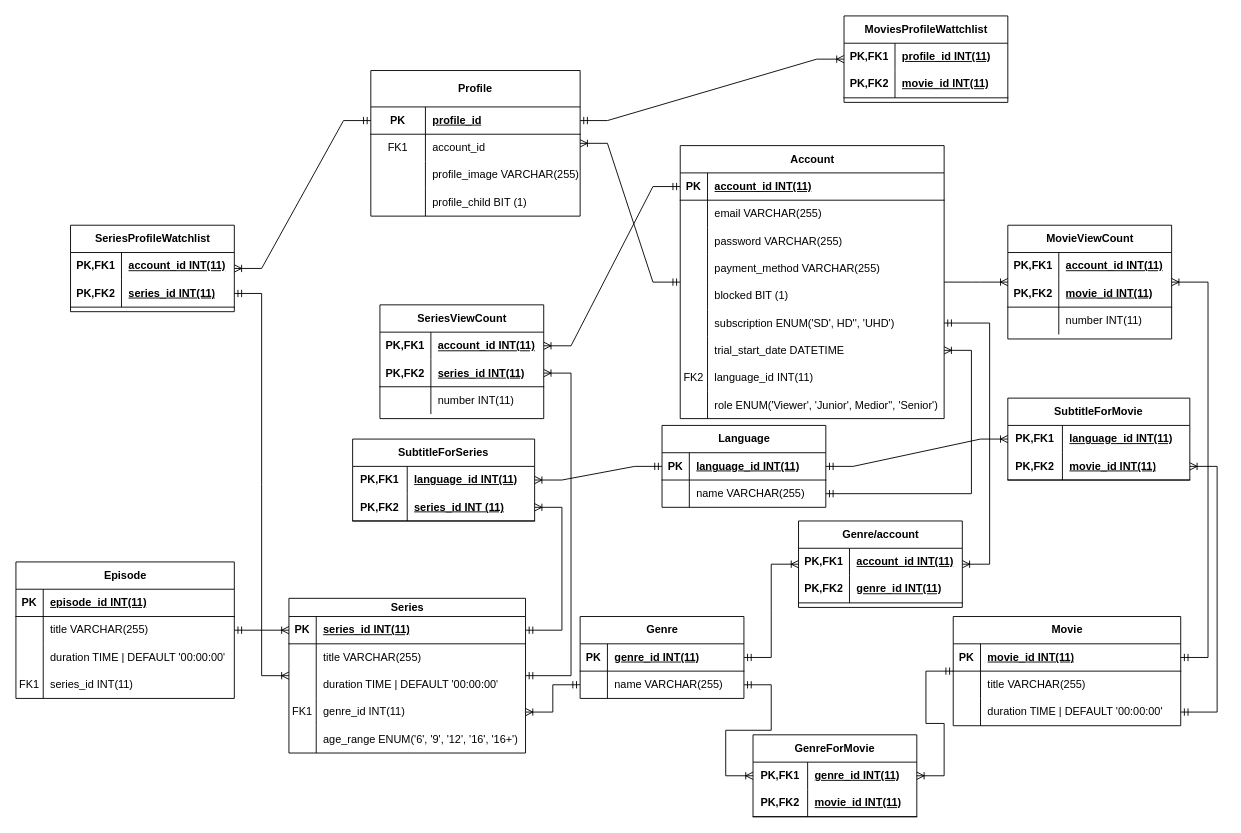
Earlier version of the draw.io diagram ERD.drawio (Bill0911/NeflixForBill). Source tidied: cells renumbered, new cells numbered last; positions are measured from the earlier drawing's top-left corner, leaving out a move shared by most shapes. Both pictures are drawn from the tidied source at 91%, with x=0, y=0 at pixel (15, 15).
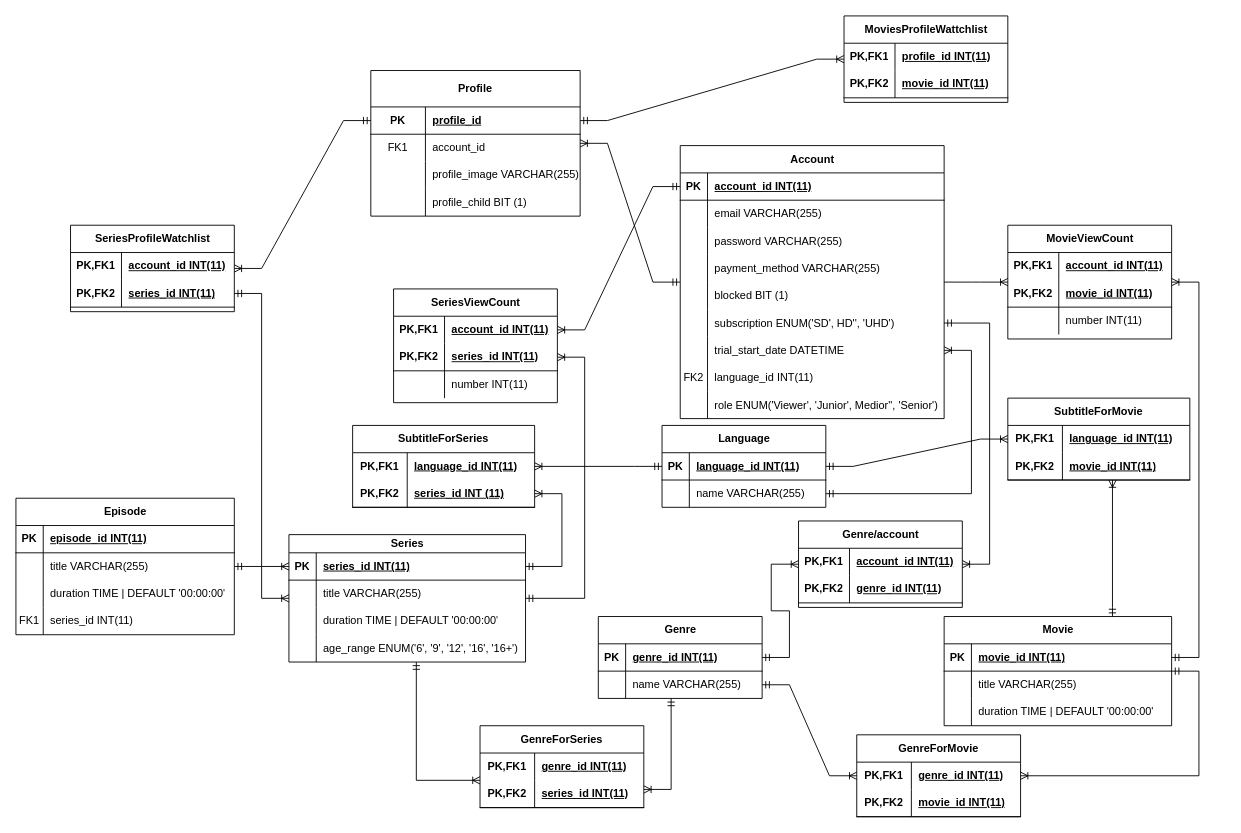
Above is the later version.

Unchanged cells that the change refers to:
```xml
<mxCell id="63" style="shape=tableRow;horizontal=0;startSize=0;swimlaneHead=0;swimlaneBody=0;fillColor=none;points=[[0,0.5],[1,0.5]];portConstraint=eastwest;top=0;left=0;right=0;bottom=0;" parent="56" vertex="1">
  <mxGeometry y="90" width="250" height="30" as="geometry" />
</mxCell>
<mxCell id="74" style="shape=tableRow;horizontal=0;startSize=0;swimlaneHead=0;swimlaneBody=0;fillColor=none;points=[[0,0.5],[1,0.5]];portConstraint=eastwest;top=0;left=0;right=0;bottom=0;" parent="70" vertex="1">
  <mxGeometry y="60" width="180" height="30" as="geometry" />
</mxCell>
<mxCell id="153" value="SubtitleForMovie" style="shape=table;startSize=30;childLayout=tableLayout;rowLines=0;fontStyle=1;align=center;html=1;whiteSpace=wrap;" parent="1" vertex="1">
  <mxGeometry x="1090" y="420" width="200" height="90" as="geometry" />
</mxCell>
<mxCell id="157" style="shape=tableRow;horizontal=0;startSize=0;swimlaneHead=0;swimlaneBody=0;fillColor=none;points=[[0,0.5],[1,0.5]];portConstraint=eastwest;top=0;left=0;right=0;bottom=1;html=1;" parent="153" vertex="1">
  <mxGeometry y="60" width="200" height="30" as="geometry" />
</mxCell>
```

Diff of the diagram source:
```diff
@@
     <mxCell id="43" value="Episode" style="shape=table;startSize=30;childLayout=tableLayout;rowLines=0;fontStyle=1;align=center;html=1;" parent="1" vertex="1">
-      <mxGeometry y="600" width="240" height="150" as="geometry" />
+      <mxGeometry y="530" width="240" height="150" as="geometry" />
     </mxCell>
@@
     <mxCell id="56" value="Movie" style="shape=table;startSize=30;childLayout=tableLayout;rowLines=0;fontStyle=1;align=center;html=1;" parent="1" vertex="1">
-      <mxGeometry x="1030" y="660" width="250" height="120" as="geometry" />
+      <mxGeometry x="1020" y="660" width="250" height="120" as="geometry" />
     </mxCell>
@@
     <mxCell id="70" value="Genre" style="shape=table;startSize=30;childLayout=tableLayout;rowLines=0;fontStyle=1;align=center;html=1;" parent="1" vertex="1">
-      <mxGeometry x="620" y="660" width="180" height="90" as="geometry" />
+      <mxGeometry x="640" y="660" width="180" height="90" as="geometry" />
     </mxCell>
@@
     <mxCell id="86" value="Series" style="shape=table;startSize=20;childLayout=tableLayout;rowLines=0;fontStyle=1;align=center;html=1;" parent="1" vertex="1">
-      <mxGeometry x="300" y="640" width="260" height="170" as="geometry" />
+      <mxGeometry x="300" y="570" width="260" height="140" as="geometry" />
     </mxCell>
@@
-    <mxCell id="96" style="shape=tableRow;horizontal=0;startSize=0;swimlaneHead=0;swimlaneBody=0;fillColor=none;points=[[0,0.5],[1,0.5]];portConstraint=eastwest;top=0;left=0;right=0;bottom=0;" parent="86" vertex="1">
-      <mxGeometry y="110" width="260" height="30" as="geometry" />
-    </mxCell>
-    <mxCell id="97" value="FK1" style="shape=partialRectangle;fillColor=none;top=0;left=0;bottom=0;right=0;overflow=hidden;whiteSpace=wrap;html=1;" parent="96" vertex="1">
-      <mxGeometry width="30" height="30" as="geometry" />
-    </mxCell>
-    <mxCell id="98" value="genre_id INT(11)" style="shape=partialRectangle;fillColor=none;top=0;left=0;bottom=0;right=0;align=left;spacingLeft=6;overflow=hidden;whiteSpace=wrap;html=1;" parent="96" vertex="1">
-      <mxGeometry x="30" width="230" height="30" as="geometry" />
-    </mxCell>
     <mxCell id="99" style="shape=tableRow;horizontal=0;startSize=0;swimlaneHead=0;swimlaneBody=0;fillColor=none;points=[[0,0.5],[1,0.5]];portConstraint=eastwest;top=0;left=0;right=0;bottom=0;" parent="86" vertex="1">
-      <mxGeometry y="140" width="260" height="30" as="geometry" />
+      <mxGeometry y="110" width="260" height="30" as="geometry" />
     </mxCell>
@@
+    <mxCell id="103" style="edgeStyle=elbowEdgeStyle;fontSize=12;html=1;endArrow=ERoneToMany;startArrow=ERmandOne;rounded=0;elbow=vertical;" parent="1" edge="1" source="74" target="179">
+      <mxGeometry relative="1" as="geometry">
+        <Array as="points">
+          <mxPoint x="720" y="850" />
+        </Array>
+      </mxGeometry>
+    </mxCell>
@@
-    <mxCell id="103" style="edgeStyle=entityRelationEdgeStyle;fontSize=12;html=1;endArrow=ERoneToMany;startArrow=ERmandOne;rounded=0;" parent="1" edge="1" source="74" target="96">
-      <mxGeometry relative="1" as="geometry" />
-    </mxCell>
@@
     <mxCell id="105" value="SeriesViewCount" style="shape=table;startSize=30;childLayout=tableLayout;rowLines=0;fontStyle=1;align=center;html=1;" parent="1" vertex="1">
-      <mxGeometry x="400" y="317.5" width="180" height="125" as="geometry" />
+      <mxGeometry x="415" y="300" width="180" height="125" as="geometry" />
     </mxCell>
@@
     <mxCell id="146" value="SubtitleForSeries" style="shape=table;startSize=30;childLayout=tableLayout;rowLines=0;fontStyle=1;align=center;html=1;whiteSpace=wrap;" parent="1" vertex="1">
-      <mxGeometry x="370" y="465" width="200" height="90" as="geometry" />
+      <mxGeometry x="370" y="450" width="200" height="90" as="geometry" />
     </mxCell>
@@
-    <mxCell id="162" style="edgeStyle=entityRelationEdgeStyle;fontSize=12;html=1;endArrow=ERoneToMany;startArrow=ERmandOne;rounded=0;" parent="1" edge="1" source="63" target="157">
-      <mxGeometry relative="1" as="geometry" />
-    </mxCell>
@@
     <mxCell id="171" value="GenreForMovie" style="shape=table;startSize=30;childLayout=tableLayout;rowLines=0;fontStyle=1;align=center;html=1;whiteSpace=wrap;" parent="1" vertex="1">
-      <mxGeometry x="810" y="790" width="180" height="90" as="geometry" />
+      <mxGeometry x="924" y="790" width="180" height="90" as="geometry" />
     </mxCell>
@@
+    <mxCell id="179" value="GenreForSeries" style="shape=table;startSize=30;childLayout=tableLayout;rowLines=0;fontStyle=1;align=center;html=1;whiteSpace=wrap;" parent="1" vertex="1">
+      <mxGeometry x="510" y="780" width="180" height="90" as="geometry" />
+    </mxCell>
+    <mxCell id="180" style="shape=tableRow;horizontal=0;startSize=0;swimlaneHead=0;swimlaneBody=0;fillColor=none;top=0;left=0;right=0;bottom=0;html=1;" parent="179" vertex="1">
+      <mxGeometry y="30" width="180" height="30" as="geometry" />
+    </mxCell>
+    <mxCell id="181" value="PK,FK1" style="shape=partialRectangle;fillColor=none;top=0;left=0;bottom=0;right=0;fontStyle=1;overflow=hidden;html=1;whiteSpace=wrap;" parent="180" vertex="1">
+      <mxGeometry width="60" height="30" as="geometry" />
+    </mxCell>
+    <mxCell id="98" value="genre_id INT(11)" style="shape=partialRectangle;fillColor=none;top=0;left=0;bottom=0;right=0;align=left;spacingLeft=6;fontStyle=5;overflow=hidden;html=1;whiteSpace=wrap;" parent="180" vertex="1">
+      <mxGeometry x="60" width="120" height="30" as="geometry" />
+    </mxCell>
+    <mxCell id="182" style="shape=tableRow;horizontal=0;startSize=0;swimlaneHead=0;swimlaneBody=0;fillColor=none;top=0;left=0;right=0;bottom=1;html=1;" parent="179" vertex="1">
+      <mxGeometry y="60" width="180" height="30" as="geometry" />
+    </mxCell>
+    <mxCell id="183" value="PK,FK2" style="shape=partialRectangle;fillColor=none;top=0;left=0;bottom=0;right=0;fontStyle=1;overflow=hidden;html=1;whiteSpace=wrap;" parent="182" vertex="1">
+      <mxGeometry width="60" height="30" as="geometry" />
+    </mxCell>
+    <mxCell id="184" value="series_id INT(11)" style="shape=partialRectangle;fillColor=none;top=0;left=0;bottom=0;right=0;align=left;spacingLeft=6;fontStyle=5;overflow=hidden;html=1;whiteSpace=wrap;" parent="182" vertex="1">
+      <mxGeometry x="60" width="120" height="30" as="geometry" />
+    </mxCell>
+    <mxCell id="185" style="edgeStyle=elbowEdgeStyle;fontSize=12;html=1;endArrow=ERoneToMany;startArrow=ERmandOne;rounded=0;elbow=vertical;" parent="1" edge="1" source="99" target="179">
+      <mxGeometry relative="1" as="geometry">
+        <Array as="points">
+          <mxPoint x="440" y="840" />
+        </Array>
+      </mxGeometry>
+    </mxCell>
+    <mxCell id="186" style="edgeStyle=elbowEdgeStyle;fontSize=12;html=1;endArrow=ERoneToMany;startArrow=ERmandOne;rounded=0;elbow=vertical;" parent="1" edge="1" source="56" target="153">
+      <mxGeometry relative="1" as="geometry">
+        <Array as="points">
+          <mxPoint x="1205" y="650" />
+        </Array>
+      </mxGeometry>
+    </mxCell>
```
